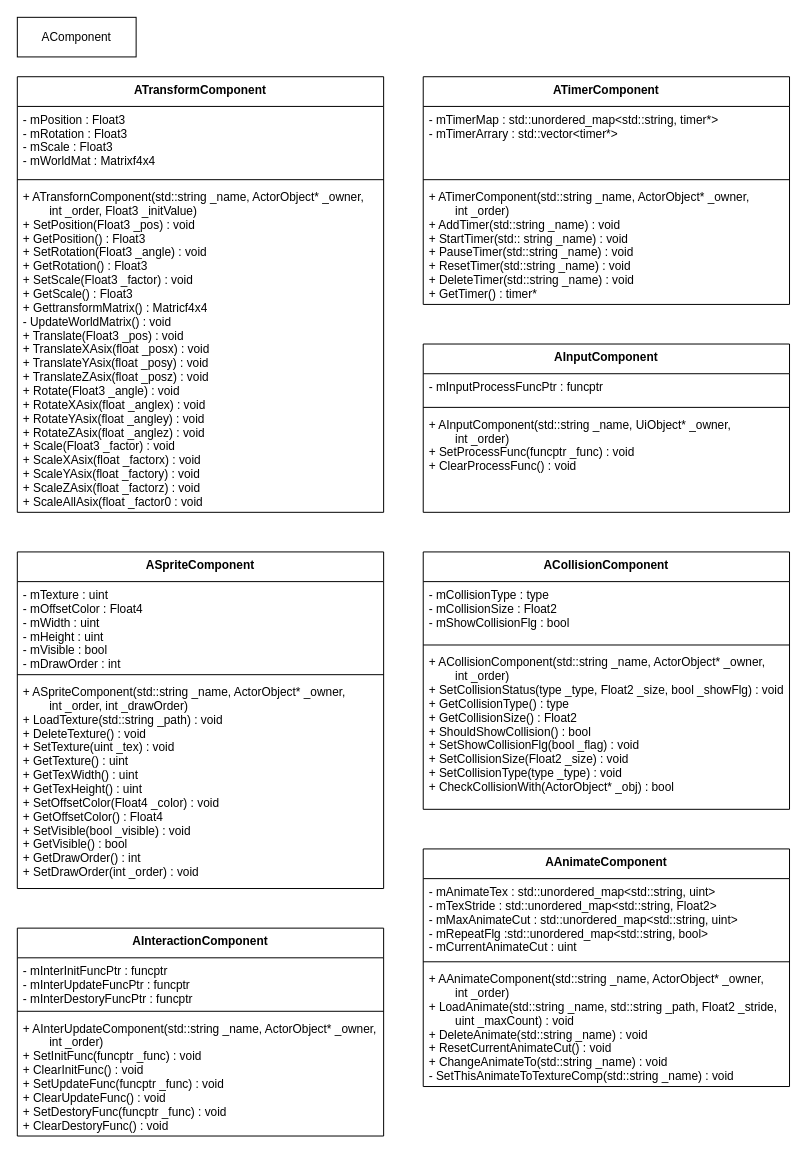
This is page "acomponent" (5 of 7) of MyNinDesign.drawio from HIBICUS-CAI/NinAtHome_OpenGL, a draw.io file, before an edit. Source tidied: cells renumbered, new cells numbered last; positions are measured from the earlier drawing's top-left corner, leaving out a move shared by most shapes. Both pictures are drawn from the tidied source at 99%, with x=0, y=0 at pixel (17, 17).
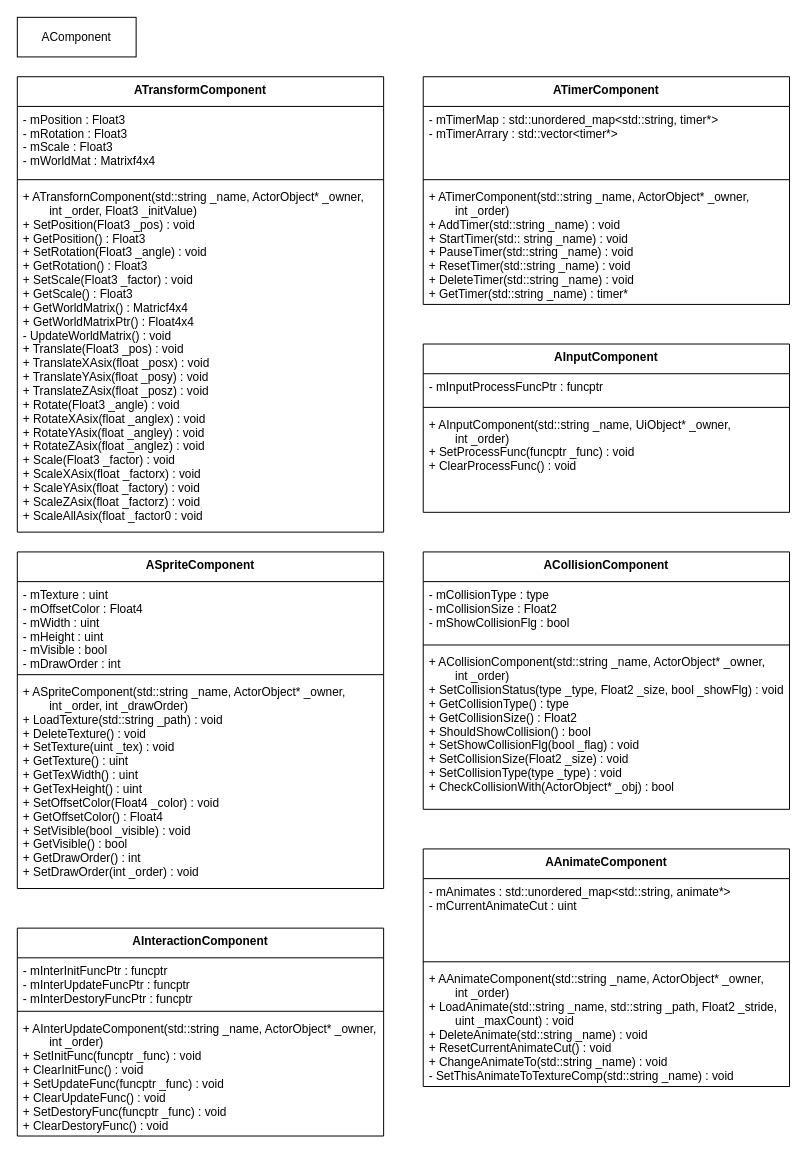
After the change.

Unchanged cells that the change refers to:
```xml
<mxCell id="7" value="ATimerComponent" style="swimlane;fontStyle=1;align=center;verticalAlign=top;horizontal=1;startSize=30;" parent="1" vertex="1">
  <mxGeometry x="410" y="60" width="370" height="230" as="geometry" />
</mxCell>
<mxCell id="27" value="AAnimateComponent" style="swimlane;fontStyle=1;align=center;verticalAlign=top;horizontal=1;startSize=30;" parent="1" vertex="1">
  <mxGeometry x="410" y="840" width="370" height="240" as="geometry" />
</mxCell>
```

Change to the diagram source:
```diff
@@
     <mxCell id="3" value="ATransformComponent" style="swimlane;fontStyle=1;align=center;verticalAlign=top;horizontal=1;startSize=30;" parent="1" vertex="1">
-      <mxGeometry y="60" width="370" height="440" as="geometry" />
+      <mxGeometry y="60" width="370" height="460" as="geometry" />
     </mxCell>
@@
-    <mxCell id="6" value="+ ATransfornComponent(std::string _name, ActorObject* _owner,&#10;        int _order, Float3 _initValue)&#10;+ SetPosition(Float3 _pos) : void&#10;+ GetPosition() : Float3&#10;+ SetRotation(Float3 _angle) : void&#10;+ GetRotation() : Float3&#10;+ SetScale(Float3 _factor) : void&#10;+ GetScale() : Float3&#10;+ GettransformMatrix() : Matricf4x4&#10;- UpdateWorldMatrix() : void&#10;+ Translate(Float3 _pos) : void&#10;+ TranslateXAsix(float _posx) : void&#10;+ TranslateYAsix(float _posy) : void&#10;+ TranslateZAsix(float _posz) : void&#10;+ Rotate(Float3 _angle) : void&#10;+ RotateXAsix(float _anglex) : void&#10;+ RotateYAsix(float _angley) : void&#10;+ RotateZAsix(float _anglez) : void&#10;+ Scale(Float3 _factor) : void&#10;+ ScaleXAsix(float _factorx) : void&#10;+ ScaleYAsix(float _factory) : void&#10;+ ScaleZAsix(float _factorz) : void&#10;+ ScaleAllAsix(float _factor0 : void" style="text;strokeColor=none;fillColor=none;align=left;verticalAlign=top;spacingLeft=4;spacingRight=4;overflow=hidden;" parent="3" vertex="1">
-      <mxGeometry y="108" width="370" height="332" as="geometry" />
+    <mxCell id="6" value="+ ATransfornComponent(std::string _name, ActorObject* _owner,&#10;        int _order, Float3 _initValue)&#10;+ SetPosition(Float3 _pos) : void&#10;+ GetPosition() : Float3&#10;+ SetRotation(Float3 _angle) : void&#10;+ GetRotation() : Float3&#10;+ SetScale(Float3 _factor) : void&#10;+ GetScale() : Float3&#10;+ GetWorldMatrix() : Matricf4x4&#10;+ GetWorldMatrixPtr() : Float4x4&#10;- UpdateWorldMatrix() : void&#10;+ Translate(Float3 _pos) : void&#10;+ TranslateXAsix(float _posx) : void&#10;+ TranslateYAsix(float _posy) : void&#10;+ TranslateZAsix(float _posz) : void&#10;+ Rotate(Float3 _angle) : void&#10;+ RotateXAsix(float _anglex) : void&#10;+ RotateYAsix(float _angley) : void&#10;+ RotateZAsix(float _anglez) : void&#10;+ Scale(Float3 _factor) : void&#10;+ ScaleXAsix(float _factorx) : void&#10;+ ScaleYAsix(float _factory) : void&#10;+ ScaleZAsix(float _factorz) : void&#10;+ ScaleAllAsix(float _factor0 : void" style="text;strokeColor=none;fillColor=none;align=left;verticalAlign=top;spacingLeft=4;spacingRight=4;overflow=hidden;" parent="3" vertex="1">
+      <mxGeometry y="108" width="370" height="352" as="geometry" />
     </mxCell>
@@
-    <mxCell id="10" value="+ ATimerComponent(std::string _name, ActorObject* _owner,&#10;        int _order)&#10;+ AddTimer(std::string _name) : void&#10;+ StartTimer(std:: string _name) : void&#10;+ PauseTimer(std::string _name) : void&#10;+ ResetTimer(std::string _name) : void&#10;+ DeleteTimer(std::string _name) : void&#10;+ GetTimer() : timer*" style="text;strokeColor=none;fillColor=none;align=left;verticalAlign=top;spacingLeft=4;spacingRight=4;overflow=hidden;" parent="7" vertex="1">
+    <mxCell id="10" value="+ ATimerComponent(std::string _name, ActorObject* _owner,&#10;        int _order)&#10;+ AddTimer(std::string _name) : void&#10;+ StartTimer(std:: string _name) : void&#10;+ PauseTimer(std::string _name) : void&#10;+ ResetTimer(std::string _name) : void&#10;+ DeleteTimer(std::string _name) : void&#10;+ GetTimer(std::string _name) : timer*" style="text;strokeColor=none;fillColor=none;align=left;verticalAlign=top;spacingLeft=4;spacingRight=4;overflow=hidden;" parent="7" vertex="1">
       <mxGeometry y="108" width="370" height="122" as="geometry" />
     </mxCell>
@@
-    <mxCell id="28" value="- mAnimateTex : std::unordered_map&lt;std::string, uint&gt;&#10;- mTexStride : std::unordered_map&lt;std::string, Float2&gt;&#10;- mMaxAnimateCut : std::unordered_map&lt;std::string, uint&gt;&#10;- mRepeatFlg :std::unordered_map&lt;std::string, bool&gt;&#10;- mCurrentAnimateCut : uint" style="text;strokeColor=none;fillColor=none;align=left;verticalAlign=top;spacingLeft=4;spacingRight=4;overflow=hidden;" parent="27" vertex="1">
+    <mxCell id="28" value="- mAnimates : std::unordered_map&lt;std::string, animate*&gt;&#10;- mCurrentAnimateCut : uint" style="text;strokeColor=none;fillColor=none;align=left;verticalAlign=top;spacingLeft=4;spacingRight=4;overflow=hidden;" parent="27" vertex="1">
       <mxGeometry y="30" width="370" height="80" as="geometry" />
     </mxCell>
```
